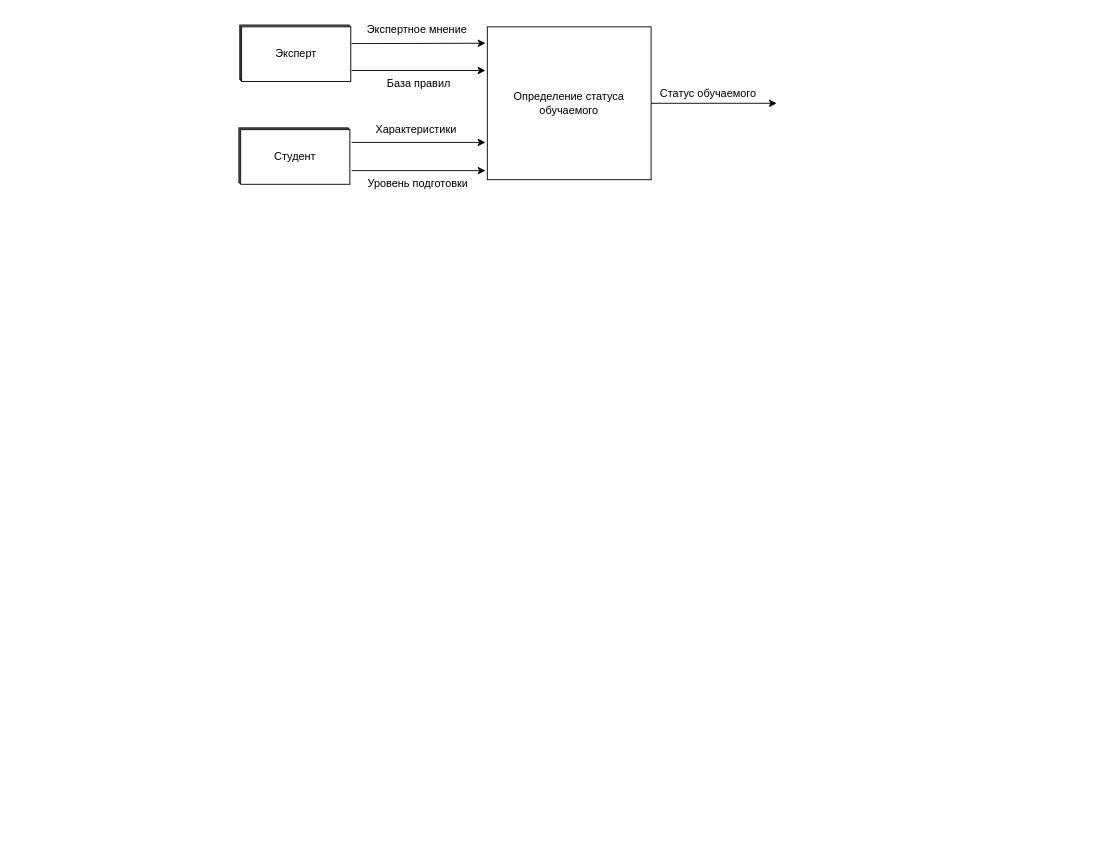
This is something.drawio from RGNGIT/ios-server, a draw.io file, before an edit. Source tidied: cells renumbered, new cells numbered last; positions are measured from the earlier drawing's top-left corner, leaving out a move shared by most shapes. Both pictures are drawn from the tidied source at 91%, with x=0, y=0 at pixel (238, 15).
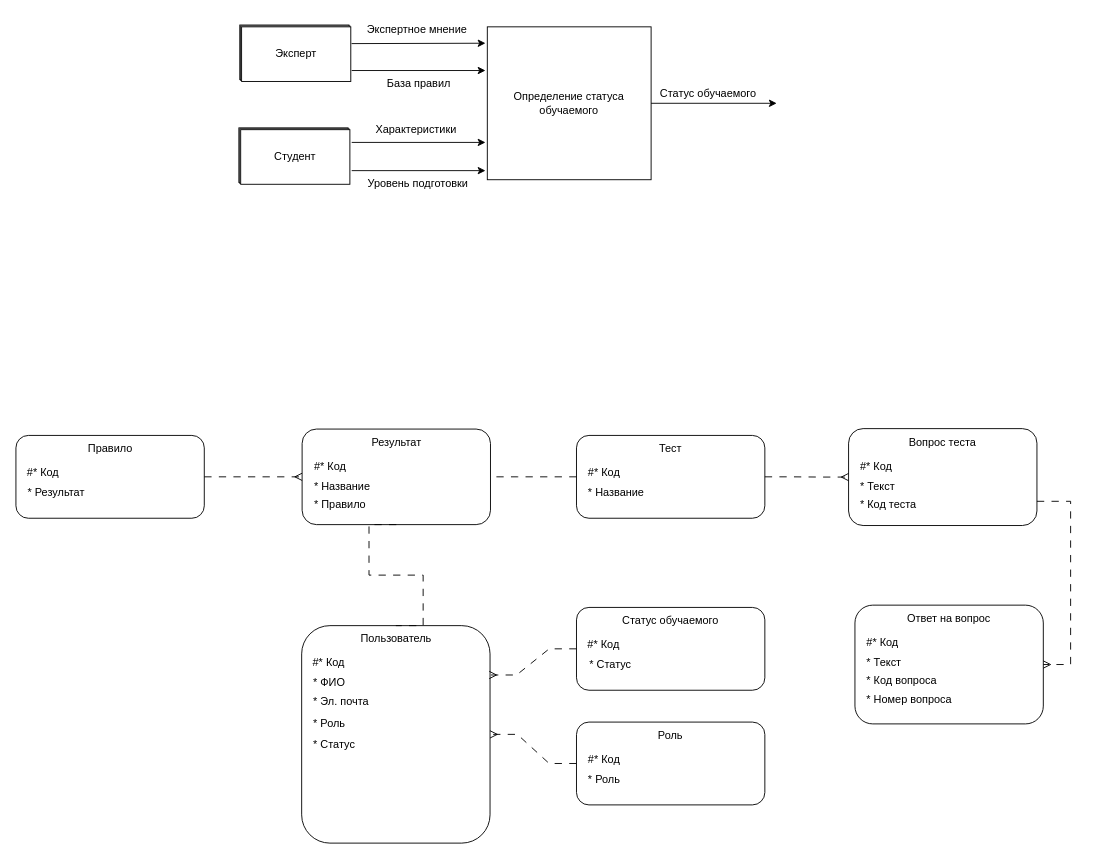
The same diagram, later.

The edit, as a diff of the source:
```diff
@@
+    <mxCell id="19" style="rounded=1;whiteSpace=wrap;html=1;" parent="1" vertex="1">
+      <mxGeometry x="-245" y="461" width="207" height="91" as="geometry" />
+    </mxCell>
+    <mxCell id="20" value="Правило" style="text;html=1;strokeColor=none;fillColor=none;align=center;verticalAlign=middle;whiteSpace=wrap;rounded=0;" parent="1" vertex="1">
+      <mxGeometry x="-171.5" y="461" width="60" height="30" as="geometry" />
+    </mxCell>
+    <mxCell id="21" value="#* Код" style="text;html=1;strokeColor=none;fillColor=none;align=center;verticalAlign=middle;whiteSpace=wrap;rounded=0;" parent="1" vertex="1">
+      <mxGeometry x="-245" y="487" width="60" height="30" as="geometry" />
+    </mxCell>
+    <mxCell id="22" value="* Результат" style="text;html=1;strokeColor=none;fillColor=none;align=center;verticalAlign=middle;whiteSpace=wrap;rounded=0;" parent="1" vertex="1">
+      <mxGeometry x="-238" y="509" width="75" height="30" as="geometry" />
+    </mxCell>
+    <mxCell id="23" style="edgeStyle=entityRelationEdgeStyle;fontSize=12;html=1;endArrow=ERmany;rounded=0;dashed=1;dashPattern=8 8;exitX=0;exitY=0.5;exitDx=0;exitDy=0;entryX=1;entryY=0.5;entryDx=0;entryDy=0;" parent="1" edge="1" source="33" target="28">
+      <mxGeometry relative="1" as="geometry" />
+    </mxCell>
+    <mxCell id="24" style="rounded=1;whiteSpace=wrap;html=1;" parent="1" vertex="1">
+      <mxGeometry x="371" y="650" width="207" height="91" as="geometry" />
+    </mxCell>
+    <mxCell id="25" value="Статус обучаемого" style="text;html=1;strokeColor=none;fillColor=none;align=center;verticalAlign=middle;whiteSpace=wrap;rounded=0;" parent="1" vertex="1">
+      <mxGeometry x="413.2" y="650" width="122.5" height="30" as="geometry" />
+    </mxCell>
+    <mxCell id="26" value="#* Код" style="text;html=1;strokeColor=none;fillColor=none;align=center;verticalAlign=middle;whiteSpace=wrap;rounded=0;" parent="1" vertex="1">
+      <mxGeometry x="371" y="676" width="60" height="30" as="geometry" />
+    </mxCell>
+    <mxCell id="27" value="* Статус" style="text;html=1;strokeColor=none;fillColor=none;align=center;verticalAlign=middle;whiteSpace=wrap;rounded=0;" parent="1" vertex="1">
+      <mxGeometry x="371" y="698" width="75" height="30" as="geometry" />
+    </mxCell>
+    <mxCell id="28" style="rounded=1;whiteSpace=wrap;html=1;" parent="1" vertex="1">
+      <mxGeometry x="69" y="670" width="207" height="239" as="geometry" />
+    </mxCell>
+    <mxCell id="29" value="Пользователь" style="text;html=1;strokeColor=none;fillColor=none;align=center;verticalAlign=middle;whiteSpace=wrap;rounded=0;" parent="1" vertex="1">
+      <mxGeometry x="143" y="670" width="60" height="30" as="geometry" />
+    </mxCell>
+    <mxCell id="30" value="#* Код" style="text;html=1;strokeColor=none;fillColor=none;align=center;verticalAlign=middle;whiteSpace=wrap;rounded=0;" parent="1" vertex="1">
+      <mxGeometry x="69" y="696" width="60" height="30" as="geometry" />
+    </mxCell>
+    <mxCell id="31" value="* ФИО" style="text;html=1;strokeColor=none;fillColor=none;align=center;verticalAlign=middle;whiteSpace=wrap;rounded=0;" parent="1" vertex="1">
+      <mxGeometry x="61.5" y="718" width="75" height="30" as="geometry" />
+    </mxCell>
+    <mxCell id="32" value="* Эл. почта" style="text;html=1;strokeColor=none;fillColor=none;align=left;verticalAlign=middle;whiteSpace=wrap;rounded=0;" parent="1" vertex="1">
+      <mxGeometry x="80" y="739" width="75" height="30" as="geometry" />
+    </mxCell>
+    <mxCell id="33" style="rounded=1;whiteSpace=wrap;html=1;" parent="1" vertex="1">
+      <mxGeometry x="371" y="776" width="207" height="91" as="geometry" />
+    </mxCell>
+    <mxCell id="34" value="Роль" style="text;html=1;strokeColor=none;fillColor=none;align=center;verticalAlign=middle;whiteSpace=wrap;rounded=0;" parent="1" vertex="1">
+      <mxGeometry x="413.2" y="776" width="122.5" height="30" as="geometry" />
+    </mxCell>
+    <mxCell id="35" value="#* Код" style="text;html=1;strokeColor=none;fillColor=none;align=left;verticalAlign=middle;whiteSpace=wrap;rounded=0;" parent="1" vertex="1">
+      <mxGeometry x="382" y="802" width="60" height="30" as="geometry" />
+    </mxCell>
+    <mxCell id="36" value="* Роль" style="text;html=1;strokeColor=none;fillColor=none;align=left;verticalAlign=middle;whiteSpace=wrap;rounded=0;" parent="1" vertex="1">
+      <mxGeometry x="382" y="824" width="75" height="30" as="geometry" />
+    </mxCell>
+    <mxCell id="37" value="* Роль" style="text;html=1;strokeColor=none;fillColor=none;align=left;verticalAlign=middle;whiteSpace=wrap;rounded=0;" parent="1" vertex="1">
+      <mxGeometry x="80" y="763" width="75" height="30" as="geometry" />
+    </mxCell>
+    <mxCell id="38" value="* Статус" style="text;html=1;strokeColor=none;fillColor=none;align=left;verticalAlign=middle;whiteSpace=wrap;rounded=0;" parent="1" vertex="1">
+      <mxGeometry x="80" y="786" width="75" height="30" as="geometry" />
+    </mxCell>
+    <mxCell id="39" style="edgeStyle=entityRelationEdgeStyle;fontSize=12;html=1;endArrow=ERmany;rounded=0;dashed=1;dashPattern=8 8;exitX=0;exitY=0.5;exitDx=0;exitDy=0;entryX=0.996;entryY=0.227;entryDx=0;entryDy=0;entryPerimeter=0;" parent="1" edge="1" source="24" target="28">
+      <mxGeometry relative="1" as="geometry" />
+    </mxCell>
+    <mxCell id="40" style="rounded=1;whiteSpace=wrap;html=1;" parent="1" vertex="1">
+      <mxGeometry x="371" y="461" width="207" height="91" as="geometry" />
+    </mxCell>
+    <mxCell id="41" value="Тест" style="text;html=1;strokeColor=none;fillColor=none;align=center;verticalAlign=middle;whiteSpace=wrap;rounded=0;" parent="1" vertex="1">
+      <mxGeometry x="413.2" y="461" width="122.5" height="30" as="geometry" />
+    </mxCell>
+    <mxCell id="42" value="#* Код" style="text;html=1;strokeColor=none;fillColor=none;align=left;verticalAlign=middle;whiteSpace=wrap;rounded=0;" parent="1" vertex="1">
+      <mxGeometry x="382" y="487" width="60" height="30" as="geometry" />
+    </mxCell>
+    <mxCell id="43" value="* Название" style="text;html=1;strokeColor=none;fillColor=none;align=left;verticalAlign=middle;whiteSpace=wrap;rounded=0;" parent="1" vertex="1">
+      <mxGeometry x="382" y="509" width="75" height="30" as="geometry" />
+    </mxCell>
+    <mxCell id="44" style="rounded=1;whiteSpace=wrap;html=1;" parent="1" vertex="1">
+      <mxGeometry x="69.5" y="454" width="207" height="105" as="geometry" />
+    </mxCell>
+    <mxCell id="45" value="Результат" style="text;html=1;strokeColor=none;fillColor=none;align=center;verticalAlign=middle;whiteSpace=wrap;rounded=0;" parent="1" vertex="1">
+      <mxGeometry x="111.8" y="454" width="122.5" height="30" as="geometry" />
+    </mxCell>
+    <mxCell id="46" value="#* Код" style="text;html=1;strokeColor=none;fillColor=none;align=left;verticalAlign=middle;whiteSpace=wrap;rounded=0;" parent="1" vertex="1">
+      <mxGeometry x="80.5" y="480" width="60" height="30" as="geometry" />
+    </mxCell>
+    <mxCell id="47" value="* Название" style="text;html=1;strokeColor=none;fillColor=none;align=left;verticalAlign=middle;whiteSpace=wrap;rounded=0;" parent="1" vertex="1">
+      <mxGeometry x="80.5" y="502" width="75" height="30" as="geometry" />
+    </mxCell>
+    <mxCell id="48" value="* Правило" style="text;html=1;strokeColor=none;fillColor=none;align=left;verticalAlign=middle;whiteSpace=wrap;rounded=0;" parent="1" vertex="1">
+      <mxGeometry x="80.5" y="522" width="75" height="30" as="geometry" />
+    </mxCell>
+    <mxCell id="49" style="edgeStyle=entityRelationEdgeStyle;fontSize=12;html=1;endArrow=ERmany;rounded=0;dashed=1;dashPattern=8 8;exitX=1;exitY=0.5;exitDx=0;exitDy=0;entryX=0;entryY=0.5;entryDx=0;entryDy=0;" parent="1" edge="1" source="19" target="44">
+      <mxGeometry relative="1" as="geometry" />
+    </mxCell>
+    <mxCell id="50" style="edgeStyle=entityRelationEdgeStyle;fontSize=12;html=1;endArrow=none;rounded=0;dashed=1;dashPattern=8 8;exitX=0;exitY=0.5;exitDx=0;exitDy=0;entryX=1;entryY=0.5;entryDx=0;entryDy=0;endFill=0;" parent="1" edge="1" source="40" target="44">
+      <mxGeometry relative="1" as="geometry" />
+    </mxCell>
+    <mxCell id="51" style="edgeStyle=entityRelationEdgeStyle;fontSize=12;html=1;endArrow=none;rounded=0;dashed=1;dashPattern=8 8;endFill=0;entryX=0.5;entryY=0;entryDx=0;entryDy=0;exitX=0.5;exitY=1;exitDx=0;exitDy=0;" parent="1" edge="1" source="44" target="28">
+      <mxGeometry relative="1" as="geometry" />
+    </mxCell>
+    <mxCell id="52" style="rounded=1;whiteSpace=wrap;html=1;" parent="1" vertex="1">
+      <mxGeometry x="670" y="453.5" width="207" height="106.5" as="geometry" />
+    </mxCell>
+    <mxCell id="53" value="Вопрос теста" style="text;html=1;strokeColor=none;fillColor=none;align=center;verticalAlign=middle;whiteSpace=wrap;rounded=0;" parent="1" vertex="1">
+      <mxGeometry x="712.2" y="453.5" width="122.5" height="30" as="geometry" />
+    </mxCell>
+    <mxCell id="54" value="#* Код" style="text;html=1;strokeColor=none;fillColor=none;align=left;verticalAlign=middle;whiteSpace=wrap;rounded=0;" parent="1" vertex="1">
+      <mxGeometry x="681" y="479.5" width="60" height="30" as="geometry" />
+    </mxCell>
+    <mxCell id="55" value="* Текст" style="text;html=1;strokeColor=none;fillColor=none;align=left;verticalAlign=middle;whiteSpace=wrap;rounded=0;" parent="1" vertex="1">
+      <mxGeometry x="681" y="501.5" width="75" height="30" as="geometry" />
+    </mxCell>
+    <mxCell id="56" value="* Код теста" style="text;html=1;strokeColor=none;fillColor=none;align=left;verticalAlign=middle;whiteSpace=wrap;rounded=0;" parent="1" vertex="1">
+      <mxGeometry x="681" y="521.5" width="127" height="30" as="geometry" />
+    </mxCell>
+    <mxCell id="57" style="edgeStyle=entityRelationEdgeStyle;fontSize=12;html=1;endArrow=ERmany;rounded=0;dashed=1;dashPattern=8 8;exitX=1;exitY=0.5;exitDx=0;exitDy=0;entryX=0;entryY=0.5;entryDx=0;entryDy=0;" parent="1" edge="1" source="40" target="52">
+      <mxGeometry relative="1" as="geometry" />
+    </mxCell>
+    <mxCell id="58" style="rounded=1;whiteSpace=wrap;html=1;" parent="1" vertex="1">
+      <mxGeometry x="677" y="647.5" width="207" height="130.5" as="geometry" />
+    </mxCell>
+    <mxCell id="59" value="Ответ на вопрос" style="text;html=1;strokeColor=none;fillColor=none;align=center;verticalAlign=middle;whiteSpace=wrap;rounded=0;" parent="1" vertex="1">
+      <mxGeometry x="719.2" y="647.5" width="122.5" height="30" as="geometry" />
+    </mxCell>
+    <mxCell id="60" value="#* Код" style="text;html=1;strokeColor=none;fillColor=none;align=left;verticalAlign=middle;whiteSpace=wrap;rounded=0;" parent="1" vertex="1">
+      <mxGeometry x="688" y="673.5" width="60" height="30" as="geometry" />
+    </mxCell>
+    <mxCell id="61" value="* Текст" style="text;html=1;strokeColor=none;fillColor=none;align=left;verticalAlign=middle;whiteSpace=wrap;rounded=0;" parent="1" vertex="1">
+      <mxGeometry x="688" y="695.5" width="75" height="30" as="geometry" />
+    </mxCell>
+    <mxCell id="62" value="* Код вопроса" style="text;html=1;strokeColor=none;fillColor=none;align=left;verticalAlign=middle;whiteSpace=wrap;rounded=0;" parent="1" vertex="1">
+      <mxGeometry x="688" y="715.5" width="127" height="30" as="geometry" />
+    </mxCell>
+    <mxCell id="63" value="* Номер вопроса" style="text;html=1;strokeColor=none;fillColor=none;align=left;verticalAlign=middle;whiteSpace=wrap;rounded=0;" parent="1" vertex="1">
+      <mxGeometry x="688" y="737" width="127" height="30" as="geometry" />
+    </mxCell>
+    <mxCell id="64" style="edgeStyle=entityRelationEdgeStyle;fontSize=12;html=1;endArrow=ERmany;rounded=0;dashed=1;dashPattern=8 8;exitX=1;exitY=0.75;exitDx=0;exitDy=0;strokeColor=default;" parent="1" edge="1" source="52" target="58">
+      <mxGeometry relative="1" as="geometry" />
+    </mxCell>
```
